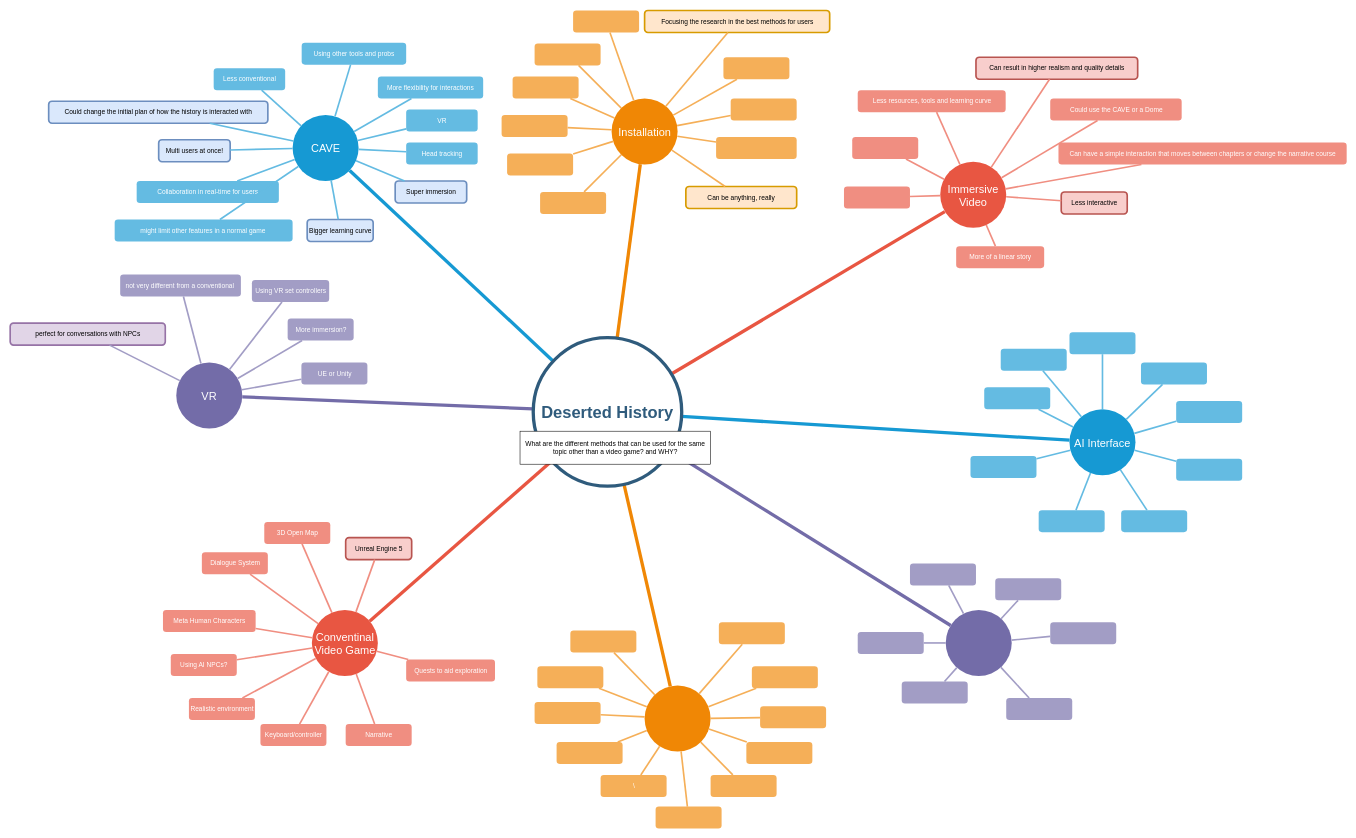
R-Jassasi/Draw.io keeps this draw.io diagram as Interaction Ways for Deserted History.drawio. Above is the earlier version. Source tidied: cells renumbered, new cells numbered last; positions are measured from the earlier drawing's top-left corner, leaving out a move shared by most shapes. Both pictures are drawn from the tidied source at 55%, with x=0, y=0 at pixel (10, 10).
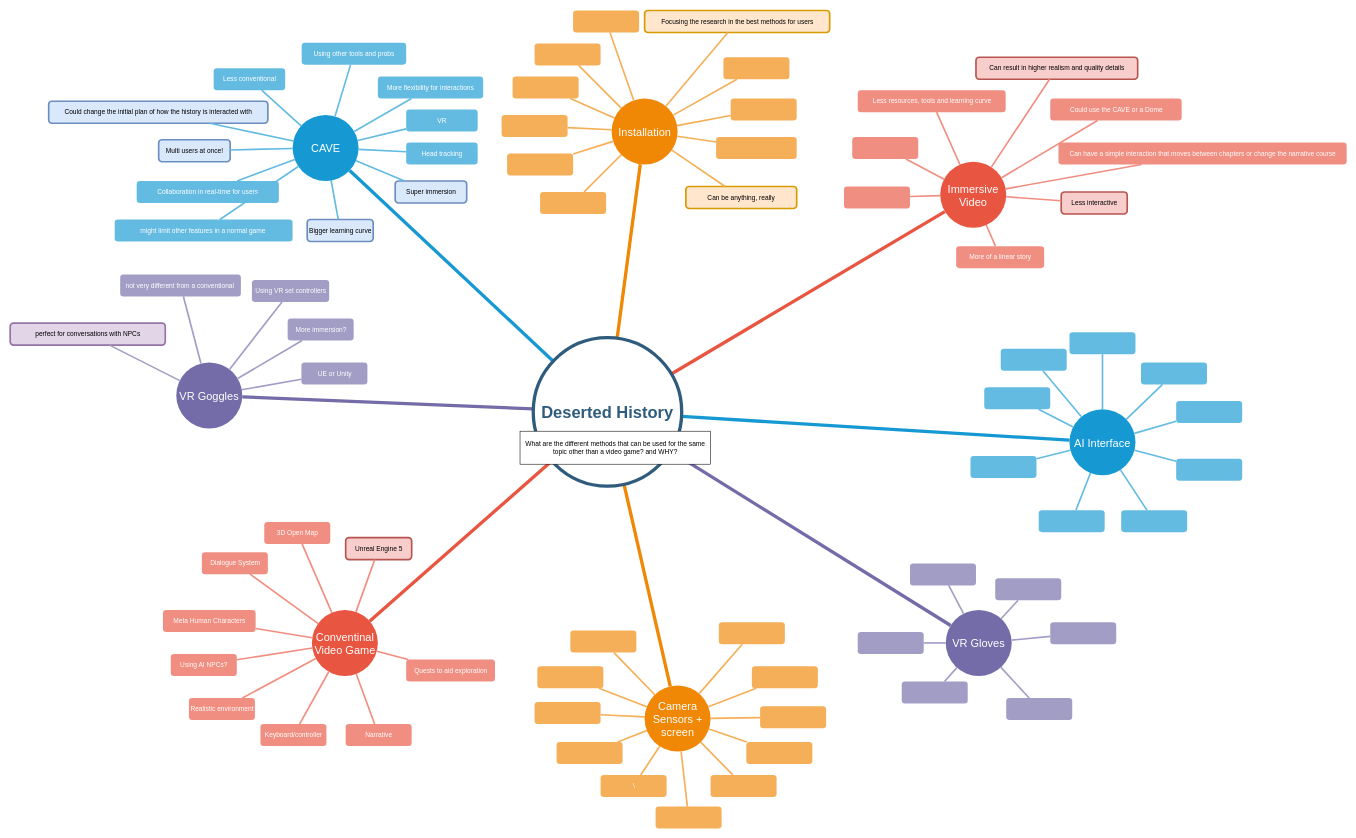
The same page after the edit.

The edit, as a diff of the source:
```diff
@@
-    <mxCell id="6" style="ellipse;whiteSpace=wrap;html=1;shadow=0;fontFamily=Helvetica;fontSize=20;fontColor=#FFFFFF;align=center;strokeWidth=3;fillColor=#736ca8;strokeColor=none;" parent="1" vertex="1">
+    <mxCell id="6" value="VR Gloves" style="ellipse;whiteSpace=wrap;html=1;shadow=0;fontFamily=Helvetica;fontSize=20;fontColor=#FFFFFF;align=center;strokeWidth=3;fillColor=#736ca8;strokeColor=none;" parent="1" vertex="1">
       <mxGeometry x="1701" y="1089.5" width="120" height="120" as="geometry" />
     </mxCell>
-    <mxCell id="7" style="ellipse;whiteSpace=wrap;html=1;shadow=0;fontFamily=Helvetica;fontSize=20;fontColor=#FFFFFF;align=center;strokeWidth=3;fillColor=#F08705;strokeColor=none;" parent="1" vertex="1">
+    <mxCell id="7" value="Camera Sensors + screen" style="ellipse;whiteSpace=wrap;html=1;shadow=0;fontFamily=Helvetica;fontSize=20;fontColor=#FFFFFF;align=center;strokeWidth=3;fillColor=#F08705;strokeColor=none;" parent="1" vertex="1">
       <mxGeometry x="1153.5" y="1227" width="120" height="120" as="geometry" />
     </mxCell>
@@
-    <mxCell id="147" value="VR" style="ellipse;whiteSpace=wrap;html=1;shadow=0;fontFamily=Helvetica;fontSize=20;fontColor=#FFFFFF;align=center;strokeWidth=3;fillColor=#736ca8;strokeColor=none;" parent="1" vertex="1">
+    <mxCell id="147" value="VR Goggles" style="ellipse;whiteSpace=wrap;html=1;shadow=0;fontFamily=Helvetica;fontSize=20;fontColor=#FFFFFF;align=center;strokeWidth=3;fillColor=#736ca8;strokeColor=none;" parent="1" vertex="1">
       <mxGeometry x="302" y="639.5" width="120" height="120" as="geometry" />
     </mxCell>
```
